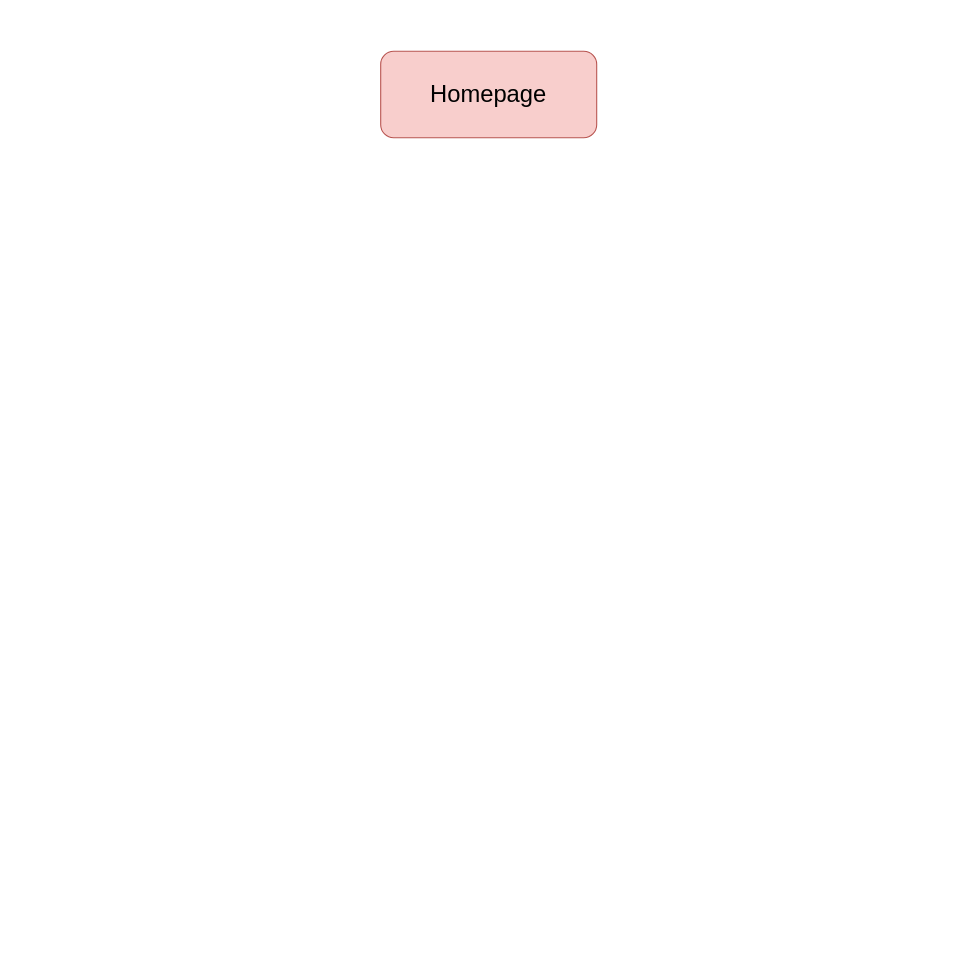
Above: website-sitemap.drawio in LIOWJUNZUO/LDCW6123-Group1 (draw.io), before the change. Source tidied: cells renumbered, new cells numbered last; positions are measured from the earlier drawing's top-left corner, leaving out a move shared by most shapes. Both pictures are drawn from the tidied source at 108%, with x=0, y=0 at pixel (380, 51).
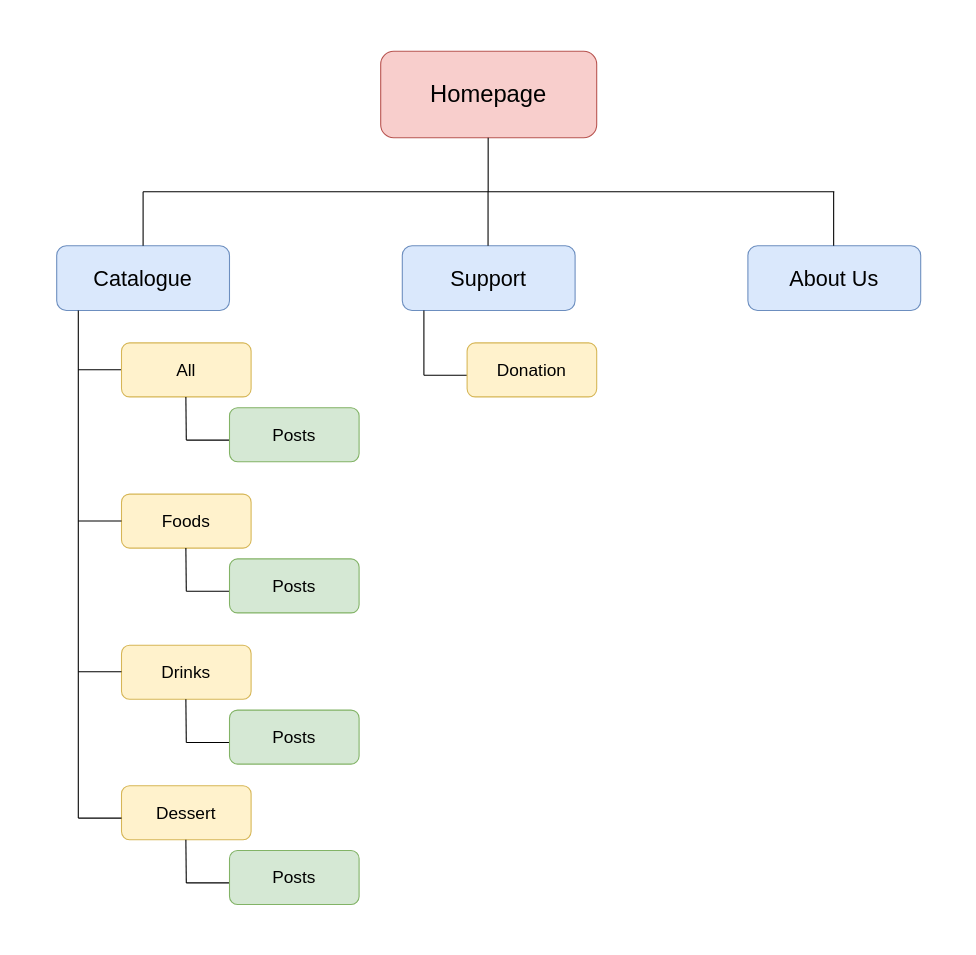
The same page after the edit.

Change to the diagram source:
```diff
@@
+    <mxCell id="3" style="endArrow=none;html=1;rounded=0;" parent="1" edge="1">
+      <mxGeometry relative="1" as="geometry">
+        <mxPoint x="-220" y="130" as="sourcePoint" />
+        <mxPoint x="420" y="130" as="targetPoint" />
+      </mxGeometry>
+    </mxCell>
+    <mxCell id="4" value="&lt;font style=&quot;font-size: 20px;&quot;&gt;Catalogue&lt;/font&gt;" style="rounded=1;whiteSpace=wrap;html=1;fillColor=#dae8fc;strokeColor=#6c8ebf;" parent="1" vertex="1">
+      <mxGeometry x="-300" y="180" width="160" height="60" as="geometry" />
+    </mxCell>
+    <mxCell id="5" value="&lt;font style=&quot;font-size: 20px;&quot;&gt;Support&lt;/font&gt;" style="rounded=1;whiteSpace=wrap;html=1;fillColor=#dae8fc;strokeColor=#6c8ebf;" parent="1" vertex="1">
+      <mxGeometry x="20" y="180" width="160" height="60" as="geometry" />
+    </mxCell>
+    <mxCell id="6" value="&lt;font style=&quot;font-size: 20px;&quot;&gt;About Us&lt;/font&gt;" style="rounded=1;whiteSpace=wrap;html=1;fillColor=#dae8fc;strokeColor=#6c8ebf;" parent="1" vertex="1">
+      <mxGeometry x="340" y="180" width="160" height="60" as="geometry" />
+    </mxCell>
+    <mxCell id="7" style="endArrow=none;html=1;rounded=0;exitX=0.5;exitY=0;exitDx=0;exitDy=0;" parent="1" edge="1" source="4">
+      <mxGeometry relative="1" as="geometry">
+        <mxPoint x="-220" y="130" as="targetPoint" />
+      </mxGeometry>
+    </mxCell>
+    <mxCell id="8" style="endArrow=none;html=1;rounded=0;exitX=0.5;exitY=0;exitDx=0;exitDy=0;" parent="1" edge="1">
+      <mxGeometry relative="1" as="geometry">
+        <mxPoint x="99.4" y="180" as="sourcePoint" />
+        <mxPoint x="99.4" y="130" as="targetPoint" />
+      </mxGeometry>
+    </mxCell>
+    <mxCell id="9" style="endArrow=none;html=1;rounded=0;exitX=0.5;exitY=0;exitDx=0;exitDy=0;" parent="1" edge="1">
+      <mxGeometry relative="1" as="geometry">
+        <mxPoint x="419.4" y="180" as="sourcePoint" />
+        <mxPoint x="419.4" y="130" as="targetPoint" />
+      </mxGeometry>
+    </mxCell>
+    <mxCell id="10" style="endArrow=none;html=1;rounded=0;exitX=0.5;exitY=0;exitDx=0;exitDy=0;" parent="1" edge="1">
+      <mxGeometry relative="1" as="geometry">
+        <mxPoint x="99.5" y="130" as="sourcePoint" />
+        <mxPoint x="99.5" y="80" as="targetPoint" />
+      </mxGeometry>
+    </mxCell>
+    <mxCell id="11" style="endArrow=none;html=1;rounded=0;" parent="1" edge="1">
+      <mxGeometry relative="1" as="geometry">
+        <mxPoint x="-280" y="294.9" as="sourcePoint" />
+        <mxPoint x="-240" y="294.9" as="targetPoint" />
+      </mxGeometry>
+    </mxCell>
+    <mxCell id="12" value="&lt;font style=&quot;font-size: 16px;&quot;&gt;All&lt;/font&gt;" style="rounded=1;whiteSpace=wrap;html=1;fillColor=#fff2cc;strokeColor=#d6b656;" parent="1" vertex="1">
+      <mxGeometry x="-240" y="270" width="120" height="50" as="geometry" />
+    </mxCell>
+    <mxCell id="13" value="&lt;font style=&quot;font-size: 16px;&quot;&gt;Foods&lt;/font&gt;" style="rounded=1;whiteSpace=wrap;html=1;fillColor=#fff2cc;strokeColor=#d6b656;" parent="1" vertex="1">
+      <mxGeometry x="-240" y="410" width="120" height="50" as="geometry" />
+    </mxCell>
+    <mxCell id="14" style="endArrow=none;html=1;rounded=0;" parent="1" edge="1">
+      <mxGeometry relative="1" as="geometry">
+        <mxPoint x="-280" y="434.9" as="sourcePoint" />
+        <mxPoint x="-240" y="434.9" as="targetPoint" />
+      </mxGeometry>
+    </mxCell>
+    <mxCell id="15" value="&lt;font style=&quot;font-size: 16px;&quot;&gt;Drinks&lt;/font&gt;" style="rounded=1;whiteSpace=wrap;html=1;fillColor=#fff2cc;strokeColor=#d6b656;" parent="1" vertex="1">
+      <mxGeometry x="-240" y="550" width="120" height="50" as="geometry" />
+    </mxCell>
+    <mxCell id="16" value="&lt;font style=&quot;font-size: 16px;&quot;&gt;Dessert&lt;/font&gt;" style="rounded=1;whiteSpace=wrap;html=1;fillColor=#fff2cc;strokeColor=#d6b656;" parent="1" vertex="1">
+      <mxGeometry x="-240" y="680" width="120" height="50" as="geometry" />
+    </mxCell>
+    <mxCell id="17" style="endArrow=none;html=1;rounded=0;" parent="1" edge="1">
+      <mxGeometry relative="1" as="geometry">
+        <mxPoint x="-280" y="574.5" as="sourcePoint" />
+        <mxPoint x="-240" y="574.5" as="targetPoint" />
+      </mxGeometry>
+    </mxCell>
+    <mxCell id="18" style="endArrow=none;html=1;rounded=0;" parent="1" edge="1">
+      <mxGeometry relative="1" as="geometry">
+        <mxPoint x="-180" y="360" as="sourcePoint" />
+        <mxPoint x="-180.4" y="320" as="targetPoint" />
+      </mxGeometry>
+    </mxCell>
+    <mxCell id="19" style="endArrow=none;html=1;rounded=0;" parent="1" edge="1">
+      <mxGeometry relative="1" as="geometry">
+        <mxPoint x="-180" y="360" as="sourcePoint" />
+        <mxPoint x="-140" y="360" as="targetPoint" />
+      </mxGeometry>
+    </mxCell>
+    <mxCell id="20" value="&lt;font style=&quot;font-size: 16px;&quot;&gt;Posts&lt;/font&gt;" style="rounded=1;whiteSpace=wrap;html=1;fillColor=#d5e8d4;strokeColor=#82b366;" parent="1" vertex="1">
+      <mxGeometry x="-140" y="330" width="120" height="50" as="geometry" />
+    </mxCell>
+    <mxCell id="21" style="endArrow=none;html=1;rounded=0;" parent="1" edge="1">
+      <mxGeometry relative="1" as="geometry">
+        <mxPoint x="-180" y="500" as="sourcePoint" />
+        <mxPoint x="-140" y="500" as="targetPoint" />
+      </mxGeometry>
+    </mxCell>
+    <mxCell id="22" style="endArrow=none;html=1;rounded=0;" parent="1" edge="1">
+      <mxGeometry relative="1" as="geometry">
+        <mxPoint x="-180" y="500" as="sourcePoint" />
+        <mxPoint x="-180.4" y="460" as="targetPoint" />
+      </mxGeometry>
+    </mxCell>
+    <mxCell id="23" value="&lt;font style=&quot;font-size: 16px;&quot;&gt;Posts&lt;/font&gt;" style="rounded=1;whiteSpace=wrap;html=1;fillColor=#d5e8d4;strokeColor=#82b366;" parent="1" vertex="1">
+      <mxGeometry x="-140" y="470" width="120" height="50" as="geometry" />
+    </mxCell>
+    <mxCell id="24" style="endArrow=none;html=1;rounded=0;" parent="1" edge="1">
+      <mxGeometry relative="1" as="geometry">
+        <mxPoint x="-180" y="640" as="sourcePoint" />
+        <mxPoint x="-180.4" y="600" as="targetPoint" />
+      </mxGeometry>
+    </mxCell>
+    <mxCell id="25" style="endArrow=none;html=1;rounded=0;" parent="1" edge="1">
+      <mxGeometry relative="1" as="geometry">
+        <mxPoint x="-180" y="640" as="sourcePoint" />
+        <mxPoint x="-140" y="640" as="targetPoint" />
+      </mxGeometry>
+    </mxCell>
+    <mxCell id="26" value="&lt;font style=&quot;font-size: 16px;&quot;&gt;Posts&lt;/font&gt;" style="rounded=1;whiteSpace=wrap;html=1;fillColor=#d5e8d4;strokeColor=#82b366;" parent="1" vertex="1">
+      <mxGeometry x="-140" y="610" width="120" height="50" as="geometry" />
+    </mxCell>
+    <mxCell id="27" style="endArrow=none;html=1;rounded=0;" parent="1" edge="1">
+      <mxGeometry relative="1" as="geometry">
+        <mxPoint x="-280" y="710" as="sourcePoint" />
+        <mxPoint x="-240" y="710" as="targetPoint" />
+      </mxGeometry>
+    </mxCell>
+    <mxCell id="28" style="endArrow=none;html=1;rounded=0;" parent="1" edge="1">
+      <mxGeometry relative="1" as="geometry">
+        <mxPoint x="-180" y="770" as="sourcePoint" />
+        <mxPoint x="-180.4" y="730" as="targetPoint" />
+      </mxGeometry>
+    </mxCell>
+    <mxCell id="29" style="endArrow=none;html=1;rounded=0;" parent="1" edge="1">
+      <mxGeometry relative="1" as="geometry">
+        <mxPoint x="-180" y="770" as="sourcePoint" />
+        <mxPoint x="-140" y="770" as="targetPoint" />
+      </mxGeometry>
+    </mxCell>
+    <mxCell id="30" value="&lt;font style=&quot;font-size: 16px;&quot;&gt;Posts&lt;/font&gt;" style="rounded=1;whiteSpace=wrap;html=1;fillColor=#d5e8d4;strokeColor=#82b366;" parent="1" vertex="1">
+      <mxGeometry x="-140" y="740" width="120" height="50" as="geometry" />
+    </mxCell>
+    <mxCell id="31" style="endArrow=none;html=1;rounded=0;entryX=0.125;entryY=1;entryDx=0;entryDy=0;entryPerimeter=0;" parent="1" edge="1" target="4">
+      <mxGeometry relative="1" as="geometry">
+        <mxPoint x="-280" y="710" as="sourcePoint" />
+      </mxGeometry>
+    </mxCell>
+    <mxCell id="32" style="endArrow=none;html=1;rounded=0;" parent="1" edge="1">
+      <mxGeometry relative="1" as="geometry">
+        <mxPoint x="40" y="300" as="sourcePoint" />
+        <mxPoint x="80" y="300" as="targetPoint" />
+      </mxGeometry>
+    </mxCell>
+    <mxCell id="33" value="&lt;font style=&quot;font-size: 16px;&quot;&gt;Donation&lt;/font&gt;" style="rounded=1;whiteSpace=wrap;html=1;fillColor=#fff2cc;strokeColor=#d6b656;" parent="1" vertex="1">
+      <mxGeometry x="80" y="270" width="120" height="50" as="geometry" />
+    </mxCell>
+    <mxCell id="34" style="endArrow=none;html=1;rounded=0;entryX=0.125;entryY=1;entryDx=0;entryDy=0;entryPerimeter=0;" parent="1" edge="1">
+      <mxGeometry relative="1" as="geometry">
+        <mxPoint x="40" y="300" as="sourcePoint" />
+        <mxPoint x="40" y="240" as="targetPoint" />
+      </mxGeometry>
+    </mxCell>
+    <mxCell id="35" value="&amp;nbsp; &amp;nbsp;" style="text;html=1;align=center;verticalAlign=middle;whiteSpace=wrap;rounded=0;rotation=-90;" parent="1" vertex="1">
+      <mxGeometry x="-350" y="195" width="60" height="30" as="geometry" />
+    </mxCell>
+    <mxCell id="36" value="&amp;nbsp; &amp;nbsp;" style="text;html=1;align=center;verticalAlign=middle;whiteSpace=wrap;rounded=0;rotation=-90;" parent="1" vertex="1">
+      <mxGeometry x="490" y="195" width="60" height="30" as="geometry" />
+    </mxCell>
+    <mxCell id="37" value="&amp;nbsp; &amp;nbsp;" style="text;html=1;align=center;verticalAlign=middle;whiteSpace=wrap;rounded=0;rotation=0;" parent="1" vertex="1">
+      <mxGeometry x="70" y="-30" width="60" height="30" as="geometry" />
+    </mxCell>
+    <mxCell id="38" value="&amp;nbsp; &amp;nbsp;" style="text;html=1;align=center;verticalAlign=middle;whiteSpace=wrap;rounded=0;rotation=0;" parent="1" vertex="1">
+      <mxGeometry x="-110" y="790" width="60" height="30" as="geometry" />
+    </mxCell>
```
